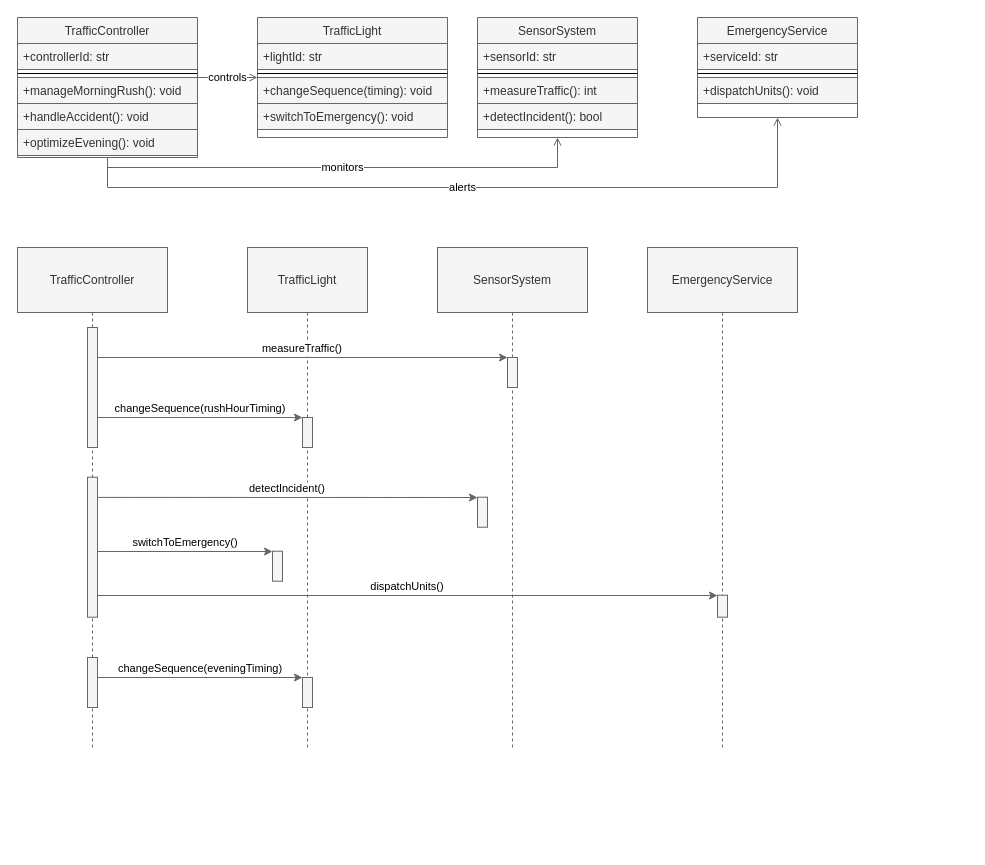
Before: diagrams/examples/multiple_activation_bars_02.2.drawio in kkubinova/drawio_plugin, a draw.io diagram. Source tidied: cells renumbered, new cells numbered last; positions are measured from the earlier drawing's top-left corner, leaving out a move shared by most shapes. Both pictures are drawn from the tidied source at 100%, with x=0, y=0 at pixel (17, 17).
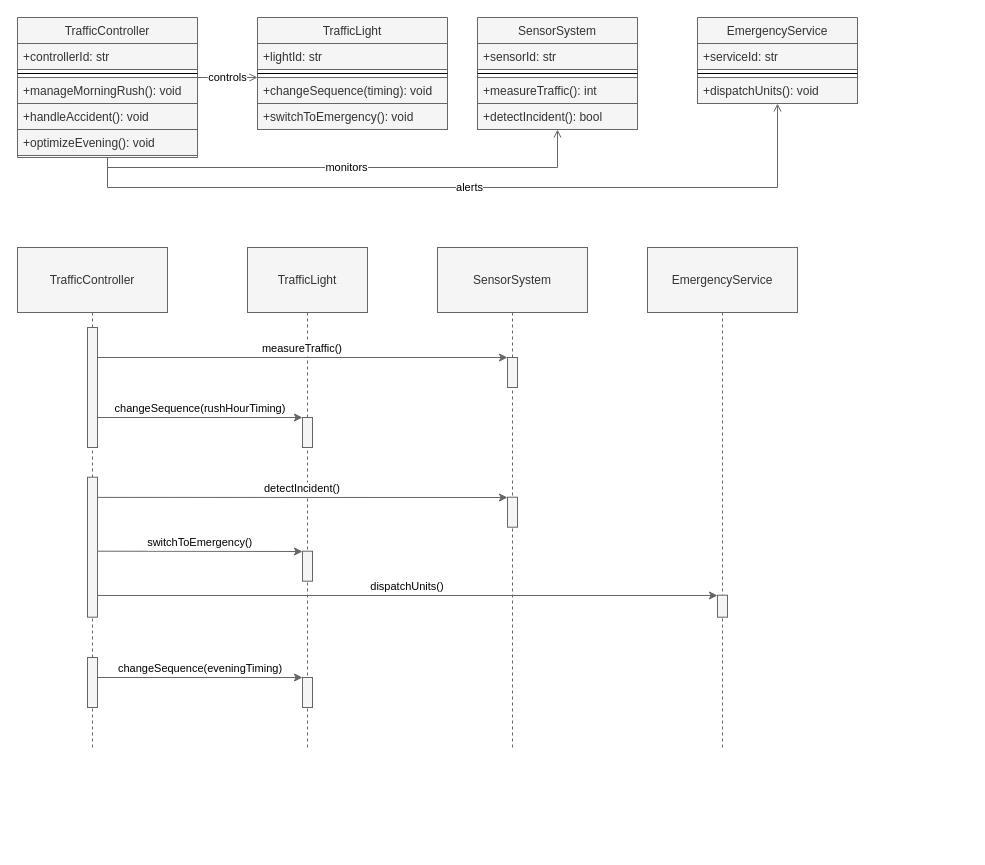
The same diagram, later.

Unchanged cells that the change refers to:
```xml
<mxCell id="27" style="group;fillColor=none;" parent="26" vertex="1">
  <mxGeometry y="230" width="950" height="600" as="geometry" />
</mxCell>
<mxCell id="30" style="points=[];perimeter=orthogonalPerimeter;outlineConnect=0;targetShapes=umlLifeline;portConstraint=eastwest;fillColor=#f5f5f5;fontColor=#333333;strokeColor=#666666;" parent="28" vertex="1">
  <mxGeometry x="70" y="229.7" width="10" height="140" as="geometry" />
</mxCell>
<mxCell id="36" value="EmergencyService" style="shape=umlLifeline;perimeter=lifelinePerimeter;whiteSpace=wrap;size=65;fillColor=#f5f5f5;fontColor=#333333;strokeColor=#666666;" parent="27" vertex="1">
  <mxGeometry x="630" width="150" height="500" as="geometry" />
</mxCell>
<mxCell id="43" value="SensorSystem" style="shape=umlLifeline;perimeter=lifelinePerimeter;whiteSpace=wrap;size=65;fillColor=#f5f5f5;fontColor=#333333;strokeColor=#666666;" parent="27" vertex="1">
  <mxGeometry x="420" width="150" height="500" as="geometry" />
</mxCell>
```

What changed in the source:
```diff
@@
     <mxCell id="9" value="TrafficLight" style="swimlane;fontStyle=0;align=center;verticalAlign=top;horizontal=1;startSize=26;rounded=0;shadow=0;strokeWidth=1;fillColor=#f5f5f5;fontColor=#333333;strokeColor=#666666;" parent="2" vertex="1">
-      <mxGeometry x="240" width="190" height="120" as="geometry" />
+      <mxGeometry x="240" width="190" height="112" as="geometry" />
     </mxCell>
@@
     <mxCell id="14" value="SensorSystem" style="swimlane;fontStyle=0;align=center;verticalAlign=top;horizontal=1;startSize=26;rounded=0;shadow=0;strokeWidth=1;fillColor=#f5f5f5;fontColor=#333333;strokeColor=#666666;" parent="2" vertex="1">
-      <mxGeometry x="460" width="160" height="120" as="geometry" />
+      <mxGeometry x="460" width="160" height="112" as="geometry" />
     </mxCell>
@@
     <mxCell id="19" value="EmergencyService" style="swimlane;fontStyle=0;align=center;verticalAlign=top;horizontal=1;startSize=26;rounded=0;shadow=0;strokeWidth=1;fillColor=#f5f5f5;fontColor=#333333;strokeColor=#666666;" parent="2" vertex="1">
-      <mxGeometry x="680" width="160" height="100" as="geometry" />
+      <mxGeometry x="680" width="160" height="86" as="geometry" />
     </mxCell>
@@
-    <mxCell id="37" value="switchToEmergency()" style="verticalAlign=bottom;edgeStyle=elbowEdgeStyle;elbow=vertical;curved=0;rounded=0;endArrow=classic;fillColor=#f5f5f5;strokeColor=#666666;endFill=1;" parent="36" edge="1" source="30">
-      <mxGeometry relative="1" as="geometry">
-        <mxPoint x="-375" y="303.7" as="targetPoint" />
-      </mxGeometry>
-    </mxCell>
@@
-    <mxCell id="39" style="perimeter=orthogonalPerimeter;targetShapes=umlLifeline;fillColor=#f5f5f5;fontColor=#333333;strokeColor=#666666;" parent="36" vertex="1">
-      <mxGeometry x="-375" y="303.7" width="10" height="30" as="geometry" />
-    </mxCell>
@@
-    <mxCell id="45" style="points=[];perimeter=orthogonalPerimeter;outlineConnect=0;targetShapes=umlLifeline;portConstraint=eastwest;fillColor=#f5f5f5;fontColor=#333333;strokeColor=#666666;" parent="27" vertex="1">
-      <mxGeometry x="460" y="249.7" width="10" height="30" as="geometry" />
+    <mxCell id="45" style="points=[];perimeter=orthogonalPerimeter;outlineConnect=0;targetShapes=umlLifeline;portConstraint=eastwest;fillColor=#f5f5f5;fontColor=#333333;strokeColor=#666666;" parent="43" vertex="1">
+      <mxGeometry x="70" y="249.7" width="10" height="30" as="geometry" />
     </mxCell>
-    <mxCell id="46" value="detectIncident()" style="verticalAlign=bottom;edgeStyle=elbowEdgeStyle;elbow=vertical;curved=0;rounded=0;endArrow=classic;fillColor=#f5f5f5;strokeColor=#666666;endFill=1;" parent="27" edge="1">
+    <mxCell id="46" value="detectIncident()" style="verticalAlign=bottom;edgeStyle=elbowEdgeStyle;elbow=vertical;curved=0;rounded=0;endArrow=classic;fillColor=#f5f5f5;strokeColor=#666666;endFill=1;" parent="27" edge="1" target="45">
       <mxGeometry relative="1" as="geometry">
         <mxPoint x="80" y="249.9" as="sourcePoint" />
-        <mxPoint x="460" y="249.9" as="targetPoint" />
       </mxGeometry>
     </mxCell>
+    <mxCell id="39" style="perimeter=orthogonalPerimeter;targetShapes=umlLifeline;fillColor=#f5f5f5;fontColor=#333333;strokeColor=#666666;" parent="27" vertex="1">
+      <mxGeometry x="285" y="303.7" width="10" height="30" as="geometry" />
+    </mxCell>
+    <mxCell id="37" value="switchToEmergency()" style="verticalAlign=bottom;edgeStyle=elbowEdgeStyle;elbow=vertical;curved=0;rounded=0;endArrow=classic;fillColor=#f5f5f5;strokeColor=#666666;endFill=1;" parent="27" edge="1">
+      <mxGeometry relative="1" as="geometry">
+        <mxPoint x="80" y="303.7" as="sourcePoint" />
+        <mxPoint x="285" y="303.7" as="targetPoint" />
+      </mxGeometry>
+    </mxCell>
```
